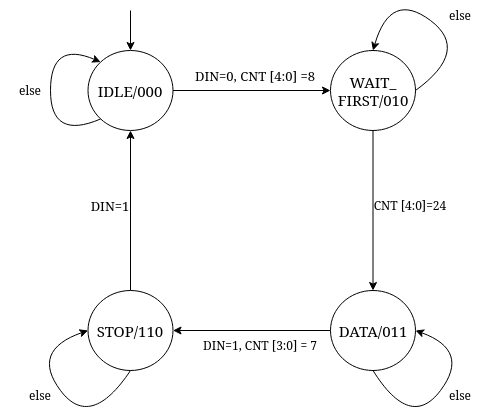
The draw.io diagram assets/fsm.png in re-roll/uart-circuit, before a commit. Source tidied: cells renumbered, new cells last; positions are measured from the earlier drawing's top-left corner, leaving out a move shared by most shapes.
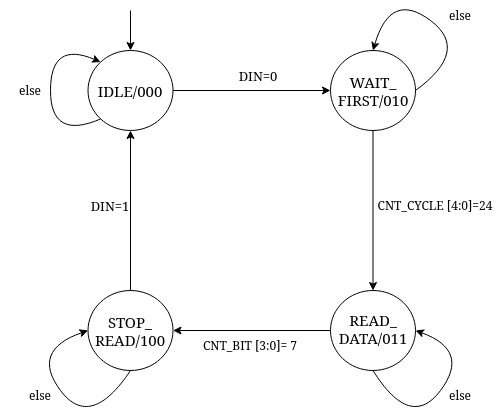
After the commit.

What changed in the source:
```diff
@@ -25,8 +25,8 @@
     <mxCell id="8" value="&lt;font style=&quot;font-size: 15px;&quot;&gt;WAIT_&lt;br&gt;&lt;/font&gt;&lt;div style=&quot;font-size: 15px;&quot;&gt;&lt;font style=&quot;font-size: 15px;&quot;&gt;FIRST/010&lt;/font&gt;&lt;/div&gt;" style="text;html=1;strokeColor=none;fillColor=none;align=center;verticalAlign=middle;whiteSpace=wrap;rounded=0;" parent="1" vertex="1">
       <mxGeometry x="342.5" y="85" width="60" height="30" as="geometry" />
     </mxCell>
-    <mxCell id="9" value="&lt;font style=&quot;font-size: 13px;&quot;&gt;DIN=0, CNT [4:0] =8&lt;/font&gt;" style="text;html=1;strokeColor=none;fillColor=none;align=center;verticalAlign=middle;whiteSpace=wrap;rounded=0;" parent="1" vertex="1">
-      <mxGeometry x="190" y="70" width="130" height="30" as="geometry" />
+    <mxCell id="9" value="&lt;font style=&quot;font-size: 13px;&quot;&gt;DIN=0&lt;/font&gt;" style="text;html=1;strokeColor=none;fillColor=none;align=center;verticalAlign=middle;whiteSpace=wrap;rounded=0;" parent="1" vertex="1">
+      <mxGeometry x="172.5" y="70" width="170" height="30" as="geometry" />
     </mxCell>
     <mxCell id="10" style="edgeStyle=orthogonalEdgeStyle;rounded=0;jettySize=auto;html=1;exitX=0;exitY=0.5;exitDx=0;exitDy=0;entryX=1;entryY=0.5;entryDx=0;entryDy=0;" parent="1" edge="1" source="11" target="14">
       <mxGeometry relative="1" as="geometry" />
@@ -34,8 +34,8 @@
     <mxCell id="11" style="ellipse;whiteSpace=wrap;html=1;" parent="1" vertex="1">
       <mxGeometry x="330" y="300" width="85" height="80" as="geometry" />
     </mxCell>
-    <mxCell id="12" value="&lt;font style=&quot;font-size: 15px;&quot;&gt;DATA/011&lt;/font&gt;" style="text;html=1;strokeColor=none;fillColor=none;align=center;verticalAlign=middle;whiteSpace=wrap;rounded=0;" parent="1" vertex="1">
-      <mxGeometry x="342.5" y="325" width="60" height="30" as="geometry" />
+    <mxCell id="12" value="&lt;div&gt;&lt;font style=&quot;font-size: 15px;&quot;&gt;READ_&lt;/font&gt;&lt;/div&gt;&lt;div&gt;&lt;font style=&quot;font-size: 15px;&quot;&gt;DATA/011&lt;/font&gt;&lt;/div&gt;" style="text;html=1;strokeColor=none;fillColor=none;align=center;verticalAlign=middle;whiteSpace=wrap;rounded=0;" parent="1" vertex="1">
+      <mxGeometry x="342.5" y="320" width="60" height="35" as="geometry" />
     </mxCell>
     <mxCell id="13" style="edgeStyle=orthogonalEdgeStyle;rounded=0;jettySize=auto;html=1;exitX=0.5;exitY=0;exitDx=0;exitDy=0;entryX=0.5;entryY=1;entryDx=0;entryDy=0;" parent="1" edge="1" source="14" target="2">
       <mxGeometry relative="1" as="geometry" />
@@ -43,7 +43,7 @@
     <mxCell id="14" style="ellipse;whiteSpace=wrap;html=1;" parent="1" vertex="1">
       <mxGeometry x="87.5" y="300" width="85" height="80" as="geometry" />
     </mxCell>
-    <mxCell id="15" value="&lt;div&gt;&lt;font style=&quot;font-size: 15px;&quot;&gt;STOP/110&lt;/font&gt;&lt;/div&gt;" style="text;html=1;strokeColor=none;fillColor=none;align=center;verticalAlign=middle;whiteSpace=wrap;rounded=0;" parent="1" vertex="1">
+    <mxCell id="15" value="&lt;div&gt;&lt;font style=&quot;font-size: 15px;&quot;&gt;STOP_&lt;/font&gt;&lt;/div&gt;&lt;div&gt;&lt;font style=&quot;font-size: 15px;&quot;&gt;READ/100&lt;/font&gt;&lt;/div&gt;" style="text;html=1;strokeColor=none;fillColor=none;align=center;verticalAlign=middle;whiteSpace=wrap;rounded=0;" parent="1" vertex="1">
       <mxGeometry x="100" y="325" width="60" height="30" as="geometry" />
     </mxCell>
     <mxCell id="16" value="&lt;font style=&quot;font-size: 13px;&quot;&gt;DIN=1&lt;/font&gt;" style="text;html=1;strokeColor=none;fillColor=none;align=center;verticalAlign=middle;whiteSpace=wrap;rounded=0;" parent="1" vertex="1">
@@ -94,11 +94,11 @@
     <mxCell id="24" value="else" style="text;html=1;strokeColor=none;fillColor=none;align=center;verticalAlign=middle;whiteSpace=wrap;rounded=0;" parent="1" vertex="1">
       <mxGeometry x="430" y="10" width="60" height="30" as="geometry" />
     </mxCell>
-    <mxCell id="25" value="CNT [4:0]=24" style="text;html=1;strokeColor=none;fillColor=none;align=center;verticalAlign=middle;whiteSpace=wrap;rounded=0;" parent="1" vertex="1">
-      <mxGeometry x="370" y="200" width="80" height="30" as="geometry" />
+    <mxCell id="25" value="CNT_CYCLE [4:0]=24" style="text;html=1;strokeColor=none;fillColor=none;align=center;verticalAlign=middle;whiteSpace=wrap;rounded=0;" parent="1" vertex="1">
+      <mxGeometry x="370" y="200" width="130" height="30" as="geometry" />
     </mxCell>
-    <mxCell id="26" value="DIN=1, CNT [3:0] = 7" style="text;html=1;strokeColor=none;fillColor=none;align=center;verticalAlign=middle;whiteSpace=wrap;rounded=0;" parent="1" vertex="1">
-      <mxGeometry x="200" y="340" width="120" height="30" as="geometry" />
+    <mxCell id="26" value="CNT_BIT [3:0]= 7" style="text;html=1;strokeColor=none;fillColor=none;align=center;verticalAlign=middle;whiteSpace=wrap;rounded=0;" parent="1" vertex="1">
+      <mxGeometry x="180" y="340" width="140" height="30" as="geometry" />
     </mxCell>
   </root>
 </mxGraphModel>
```
